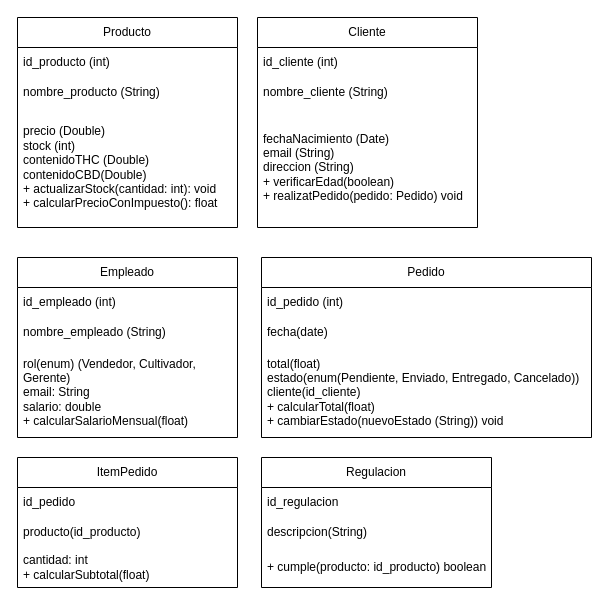
This is UML.drawio from BocamoCM/cannagrowDAM, a draw.io file, before an edit. Source tidied: cells renumbered, new cells numbered last; positions are measured from the earlier drawing's top-left corner, leaving out a move shared by most shapes. Both pictures are drawn from the tidied source at 100%, with x=0, y=0 at pixel (17, 17).
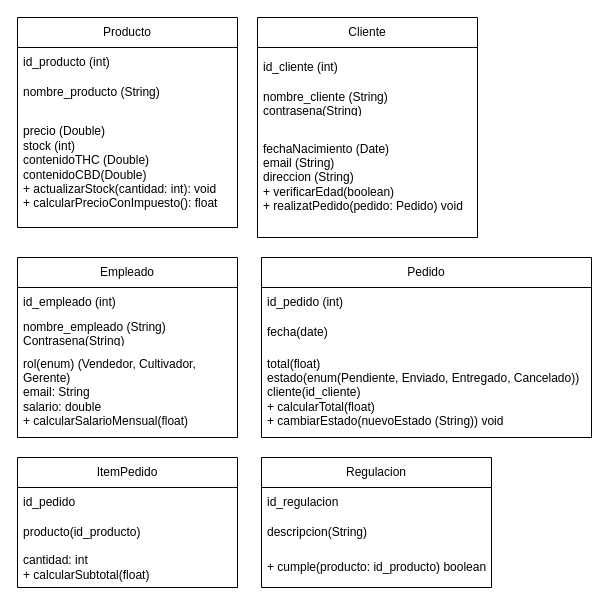
The same page after the edit.

Commit message (it also covers changes not shown here):
contrasena en BDA

The change refers to these unchanged cells:
```xml
<mxCell id="10" value="Empleado" style="swimlane;fontStyle=0;horizontal=1;startSize=30;whiteSpace=wrap;html=1;" parent="1" vertex="1">
  <mxGeometry y="240" width="220" height="180" as="geometry" />
</mxCell>
```

What changed in the source:
```diff
@@
     <mxCell id="6" value="Cliente" style="swimlane;fontStyle=0;horizontal=1;startSize=30;whiteSpace=wrap;html=1;" parent="1" vertex="1">
-      <mxGeometry x="240" width="220" height="210" as="geometry" />
+      <mxGeometry x="240" width="220" height="220" as="geometry" />
     </mxCell>
     <mxCell id="7" value="id_cliente (int)" style="text;strokeColor=none;fillColor=none;align=left;verticalAlign=middle;spacingLeft=4;spacingRight=4;overflow=hidden;whiteSpace=wrap;html=1;" parent="6" vertex="1">
-      <mxGeometry y="30" width="220" height="30" as="geometry" />
+      <mxGeometry y="30" width="220" height="40" as="geometry" />
     </mxCell>
-    <mxCell id="8" value="nombre_cliente (String)" style="text;strokeColor=none;fillColor=none;align=left;verticalAlign=middle;spacingLeft=4;spacingRight=4;overflow=hidden;whiteSpace=wrap;html=1;" parent="6" vertex="1">
-      <mxGeometry y="60" width="220" height="30" as="geometry" />
+    <mxCell id="8" value="nombre_cliente (String)&lt;div&gt;contrasena(String)&lt;/div&gt;" style="text;strokeColor=none;fillColor=none;align=left;verticalAlign=middle;spacingLeft=4;spacingRight=4;overflow=hidden;whiteSpace=wrap;html=1;" parent="6" vertex="1">
+      <mxGeometry y="70" width="220" height="30" as="geometry" />
     </mxCell>
     <mxCell id="9" value="fechaNacimiento (Date)&lt;div&gt;email (String)&lt;/div&gt;&lt;div&gt;direccion (String)&lt;/div&gt;&lt;div&gt;+ verificarEdad(boolean)&lt;/div&gt;&lt;div&gt;+ realizatPedido(pedido: Pedido) void&lt;/div&gt;" style="text;strokeColor=none;fillColor=none;align=left;verticalAlign=middle;spacingLeft=4;spacingRight=4;overflow=hidden;whiteSpace=wrap;html=1;" parent="6" vertex="1">
-      <mxGeometry y="90" width="220" height="120" as="geometry" />
+      <mxGeometry y="100" width="220" height="120" as="geometry" />
     </mxCell>
@@
-    <mxCell id="12" value="nombre_empleado (String)" style="text;strokeColor=none;fillColor=none;align=left;verticalAlign=middle;spacingLeft=4;spacingRight=4;overflow=hidden;whiteSpace=wrap;html=1;" parent="10" vertex="1">
+    <mxCell id="12" value="nombre_empleado (String)&lt;div&gt;Contrasena(String)&lt;/div&gt;" style="text;strokeColor=none;fillColor=none;align=left;verticalAlign=middle;spacingLeft=4;spacingRight=4;overflow=hidden;whiteSpace=wrap;html=1;" parent="10" vertex="1">
       <mxGeometry y="60" width="220" height="30" as="geometry" />
     </mxCell>
```
